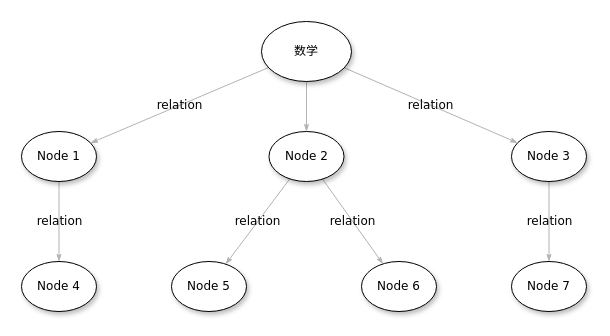
This is 数学.drawio from callmeliuchu/AlgebraSolution, a draw.io file, before an edit. Source tidied: cells renumbered, new cells numbered last; positions are measured from the earlier drawing's top-left corner, leaving out a move shared by most shapes. Both pictures are drawn from the tidied source at 100%, with x=0, y=0 at pixel (21, 21).
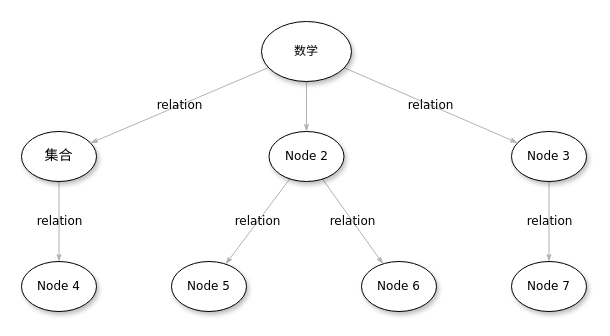
The same page after the edit.

Diff of the diagram source:
```diff
@@
 <mxGraphModel>
   <root>
     <mxCell id="0" />
     <mxCell id="1" parent="0" />
     <mxCell id="2" style="edgeStyle=none;rounded=1;html=1;labelBackgroundColor=none;startArrow=none;startFill=0;startSize=5;endArrow=classicThin;endFill=1;endSize=5;jettySize=auto;strokeColor=#B3B3B3;strokeWidth=1;fontFamily=Verdana;fontSize=12;" parent="1" edge="1" source="5" target="8">
       <mxGeometry relative="1" as="geometry" />
     </mxCell>
     <mxCell id="3" value="relation" style="edgeStyle=none;rounded=1;html=1;labelBackgroundColor=none;startArrow=none;startFill=0;startSize=5;endArrow=classicThin;endFill=1;endSize=5;jettySize=auto;strokeColor=#B3B3B3;strokeWidth=1;fontFamily=Verdana;fontSize=12;" parent="1" edge="1" source="5" target="15">
       <mxGeometry relative="1" as="geometry" />
     </mxCell>
     <mxCell id="4" value="relation" style="edgeStyle=none;rounded=1;html=1;labelBackgroundColor=none;startArrow=none;startFill=0;startSize=5;endArrow=classicThin;endFill=1;endSize=5;jettySize=auto;strokeColor=#B3B3B3;strokeWidth=1;fontFamily=Verdana;fontSize=12;" parent="1" edge="1" source="5" target="10">
       <mxGeometry relative="1" as="geometry" />
     </mxCell>
     <mxCell id="5" value="数学" style="ellipse;whiteSpace=wrap;html=1;rounded=0;shadow=1;comic=0;labelBackgroundColor=none;strokeWidth=1;fontFamily=Verdana;fontSize=12;align=center;" parent="1" vertex="1">
       <mxGeometry x="240" width="90" height="60" as="geometry" />
     </mxCell>
     <mxCell id="6" value="relation" style="edgeStyle=none;rounded=1;html=1;labelBackgroundColor=none;startArrow=none;startFill=0;startSize=5;endArrow=classicThin;endFill=1;endSize=5;jettySize=auto;strokeColor=#B3B3B3;strokeWidth=1;fontFamily=Verdana;fontSize=12;" parent="1" edge="1" source="8" target="13">
       <mxGeometry relative="1" as="geometry" />
     </mxCell>
     <mxCell id="7" value="relation" style="edgeStyle=none;rounded=1;html=1;labelBackgroundColor=none;startArrow=none;startFill=0;startSize=5;endArrow=classicThin;endFill=1;endSize=5;jettySize=auto;strokeColor=#B3B3B3;strokeWidth=1;fontFamily=Verdana;fontSize=12;" parent="1" edge="1" source="8" target="12">
       <mxGeometry relative="1" as="geometry" />
     </mxCell>
     <mxCell id="8" value="&lt;span&gt;Node 2&lt;/span&gt;" style="ellipse;whiteSpace=wrap;html=1;rounded=0;shadow=1;comic=0;labelBackgroundColor=none;strokeWidth=1;fontFamily=Verdana;fontSize=12;align=center;" parent="1" vertex="1">
       <mxGeometry x="247.5" y="110" width="75" height="50" as="geometry" />
     </mxCell>
     <mxCell id="9" value="relation" style="edgeStyle=none;rounded=1;html=1;labelBackgroundColor=none;startArrow=none;startFill=0;startSize=5;endArrow=classicThin;endFill=1;endSize=5;jettySize=auto;strokeColor=#B3B3B3;strokeWidth=1;fontFamily=Verdana;fontSize=12;" parent="1" edge="1" source="10" target="11">
       <mxGeometry relative="1" as="geometry" />
     </mxCell>
     <mxCell id="10" value="&lt;span&gt;Node 3&lt;/span&gt;" style="ellipse;whiteSpace=wrap;html=1;rounded=0;shadow=1;comic=0;labelBackgroundColor=none;strokeWidth=1;fontFamily=Verdana;fontSize=12;align=center;" parent="1" vertex="1">
       <mxGeometry x="490" y="110" width="75" height="50" as="geometry" />
     </mxCell>
     <mxCell id="11" value="&lt;span&gt;Node 7&lt;/span&gt;" style="ellipse;whiteSpace=wrap;html=1;rounded=0;shadow=1;comic=0;labelBackgroundColor=none;strokeWidth=1;fontFamily=Verdana;fontSize=12;align=center;" parent="1" vertex="1">
       <mxGeometry x="490" y="240" width="75" height="50" as="geometry" />
     </mxCell>
     <mxCell id="12" value="&lt;span&gt;Node 6&lt;/span&gt;" style="ellipse;whiteSpace=wrap;html=1;rounded=0;shadow=1;comic=0;labelBackgroundColor=none;strokeWidth=1;fontFamily=Verdana;fontSize=12;align=center;" parent="1" vertex="1">
       <mxGeometry x="340" y="240" width="75" height="50" as="geometry" />
     </mxCell>
     <mxCell id="13" value="&lt;span&gt;Node 5&lt;/span&gt;" style="ellipse;whiteSpace=wrap;html=1;rounded=0;shadow=1;comic=0;labelBackgroundColor=none;strokeWidth=1;fontFamily=Verdana;fontSize=12;align=center;" parent="1" vertex="1">
       <mxGeometry x="150" y="240" width="75" height="50" as="geometry" />
     </mxCell>
     <mxCell id="14" value="relation" style="edgeStyle=none;rounded=1;html=1;labelBackgroundColor=none;startArrow=none;startFill=0;startSize=5;endArrow=classicThin;endFill=1;endSize=5;jettySize=auto;strokeColor=#B3B3B3;strokeWidth=1;fontFamily=Verdana;fontSize=12;" parent="1" edge="1" source="15" target="16">
       <mxGeometry relative="1" as="geometry" />
     </mxCell>
-    <mxCell id="15" value="Node 1" style="ellipse;whiteSpace=wrap;html=1;rounded=0;shadow=1;comic=0;labelBackgroundColor=none;strokeWidth=1;fontFamily=Verdana;fontSize=12;align=center;" parent="1" vertex="1">
+    <mxCell id="15" value="&lt;pre style=&quot;box-sizing: border-box; overflow: auto; font-size: 14px; padding: 1px 0px; margin-top: 0px; margin-bottom: 0px; line-height: inherit; word-break: break-all; overflow-wrap: break-word; background-color: rgb(255, 255, 255); border: 0px; border-radius: 0px; vertical-align: baseline; text-align: left;&quot;&gt;集合&lt;/pre&gt;" style="ellipse;whiteSpace=wrap;html=1;rounded=0;shadow=1;comic=0;labelBackgroundColor=none;strokeWidth=1;fontFamily=Verdana;fontSize=12;align=center;" parent="1" vertex="1">
       <mxGeometry y="110" width="75" height="50" as="geometry" />
     </mxCell>
     <mxCell id="16" value="&lt;span&gt;Node 4&lt;/span&gt;" style="ellipse;whiteSpace=wrap;html=1;rounded=0;shadow=1;comic=0;labelBackgroundColor=none;strokeWidth=1;fontFamily=Verdana;fontSize=12;align=center;" parent="1" vertex="1">
       <mxGeometry y="240" width="75" height="50" as="geometry" />
     </mxCell>
   </root>
 </mxGraphModel>
```
